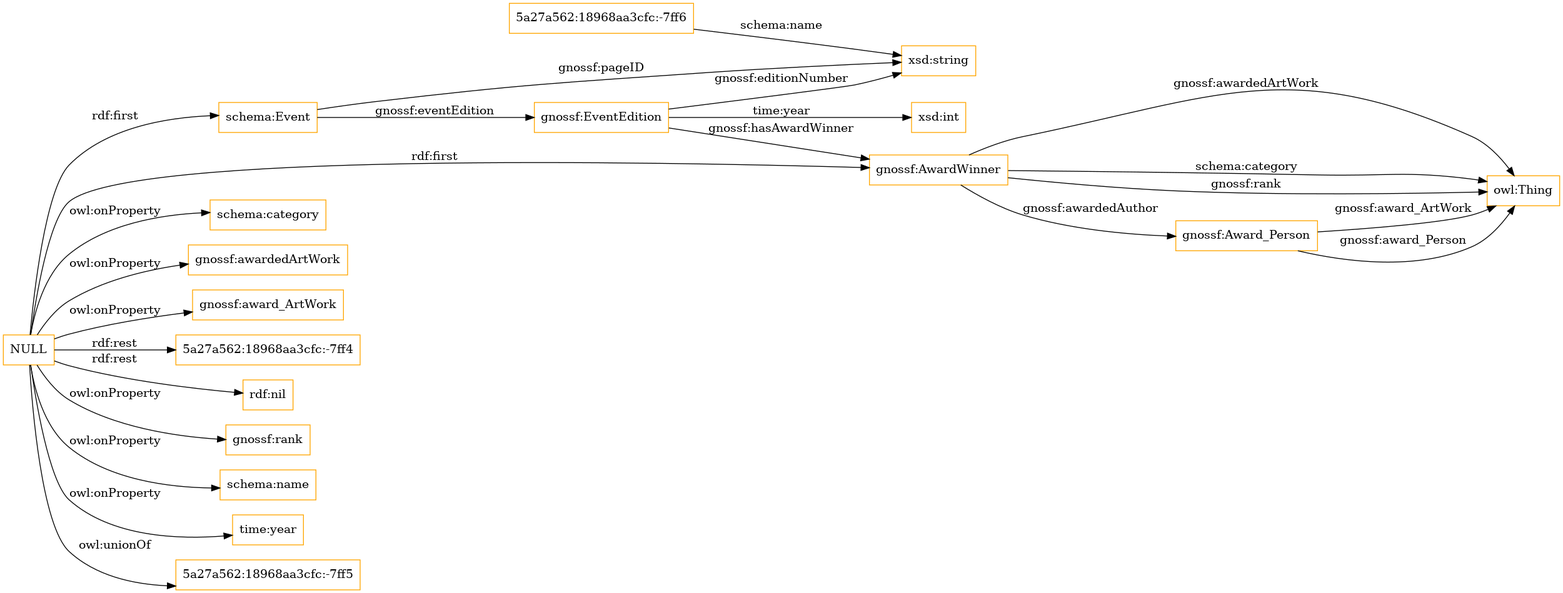
Before: OnToology/gfpremio.owl/diagrams/ar2dtool-class/gfpremio.owl.png, a diagram exported from Graphviz (sergio10mwws/ontologias-demo). Its source is kept beside it as OnToology/gfpremio.owl/diagrams/ar2dtool-class/gfpremio.owl.png.dot.
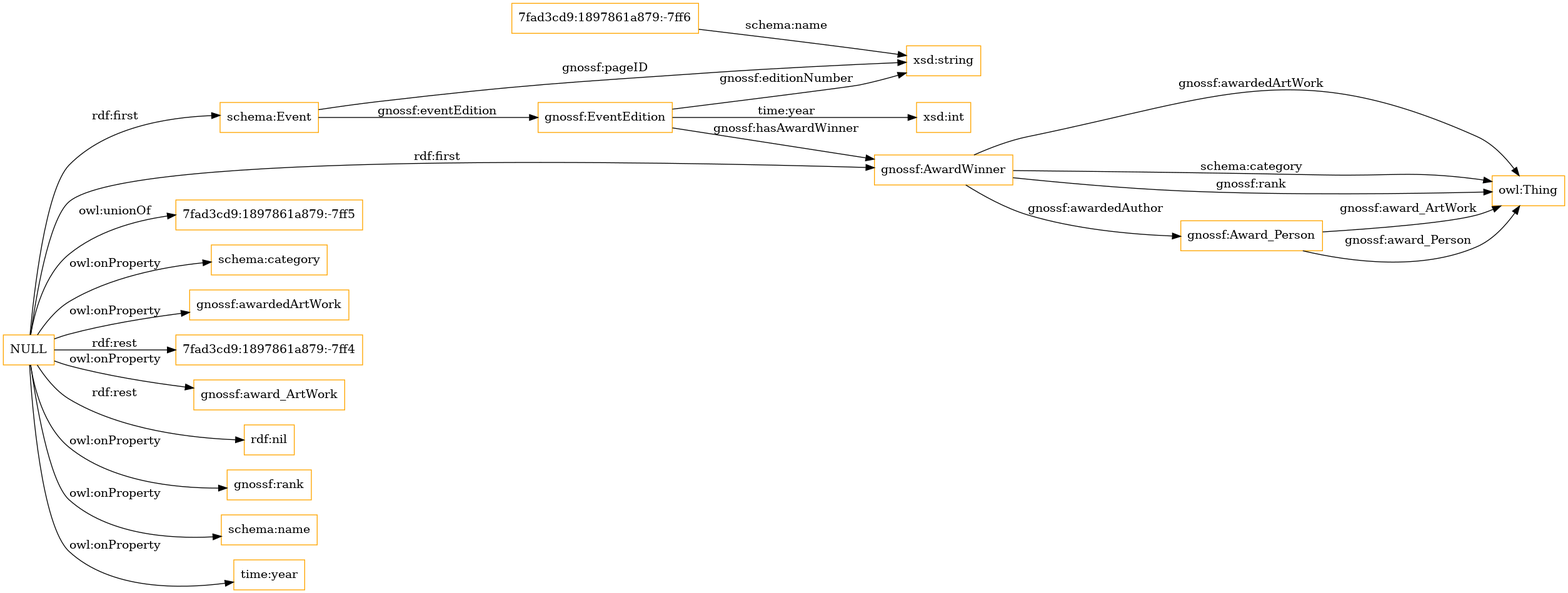
The same file after the commit.

The edit, as a diff of the source:
```diff
@@ -1,20 +1,20 @@
 digraph ar2dtool_diagram {
 rankdir=LR;
 size="1501"
-node [shape = rectangle, color="orange"]; "5a27a562:18968aa3cfc:-7ff6" "gnossf:AwardWinner" "schema:Event" "gnossf:Award_Person" "gnossf:EventEdition" ; /*classes style*/
+node [shape = rectangle, color="orange"]; "7fad3cd9:1897861a879:-7ff6" "gnossf:AwardWinner" "schema:Event" "gnossf:Award_Person" "gnossf:EventEdition" ; /*classes style*/
+	"NULL" -> "7fad3cd9:1897861a879:-7ff5" [ label = "owl:unionOf" ];
 	"NULL" -> "schema:category" [ label = "owl:onProperty" ];
 	"NULL" -> "gnossf:awardedArtWork" [ label = "owl:onProperty" ];
+	"NULL" -> "7fad3cd9:1897861a879:-7ff4" [ label = "rdf:rest" ];
 	"NULL" -> "gnossf:award_ArtWork" [ label = "owl:onProperty" ];
-	"NULL" -> "5a27a562:18968aa3cfc:-7ff4" [ label = "rdf:rest" ];
 	"NULL" -> "rdf:nil" [ label = "rdf:rest" ];
 	"NULL" -> "gnossf:AwardWinner" [ label = "rdf:first" ];
 	"NULL" -> "gnossf:rank" [ label = "owl:onProperty" ];
 	"NULL" -> "schema:name" [ label = "owl:onProperty" ];
 	"NULL" -> "schema:Event" [ label = "rdf:first" ];
 	"NULL" -> "time:year" [ label = "owl:onProperty" ];
-	"NULL" -> "5a27a562:18968aa3cfc:-7ff5" [ label = "owl:unionOf" ];
 	"gnossf:AwardWinner" -> "owl:Thing" [ label = "gnossf:awardedArtWork" ];
-	"5a27a562:18968aa3cfc:-7ff6" -> "xsd:string" [ label = "schema:name" ];
+	"7fad3cd9:1897861a879:-7ff6" -> "xsd:string" [ label = "schema:name" ];
 	"gnossf:EventEdition" -> "xsd:string" [ label = "gnossf:editionNumber" ];
 	"schema:Event" -> "gnossf:EventEdition" [ label = "gnossf:eventEdition" ];
 	"gnossf:Award_Person" -> "owl:Thing" [ label = "gnossf:award_Person" ];
```
